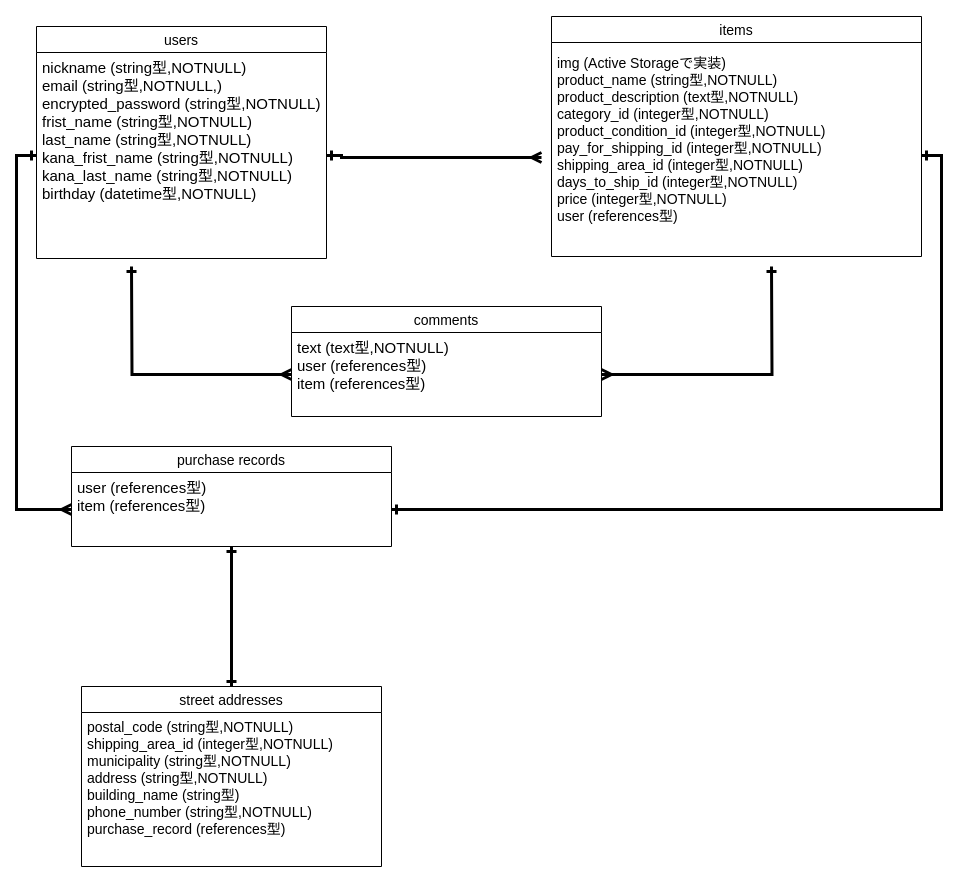
Before: furima-32895.dio in rikku1006/furima-32895, a draw.io diagram. Source tidied: cells renumbered, new cells numbered last; positions are measured from the earlier drawing's top-left corner, leaving out a move shared by most shapes. Both pictures are drawn from the tidied source at 100%, with x=0, y=0 at pixel (36, 16).
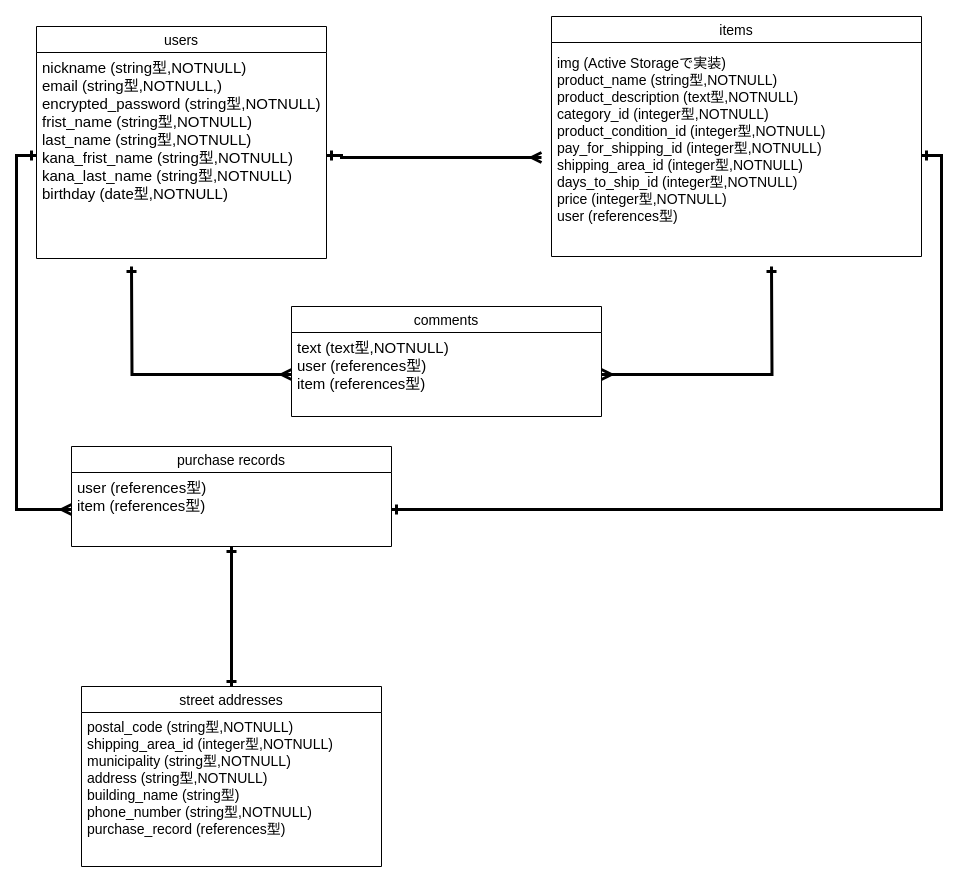
Above is the later version.

Unchanged cells that the change refers to:
```xml
<mxCell id="2" value="users" style="swimlane;fontStyle=0;horizontal=1;startSize=26;align=center;fontSize=14;" parent="1" vertex="1">
  <mxGeometry y="10" width="290" height="232" as="geometry" />
</mxCell>
```

Diff of the diagram source:
```diff
@@
-    <mxCell id="3" value="nickname (string型,NOTNULL)&#10;email (string型,NOTNULL,)&#10;encrypted_password (string型,NOTNULL)&#10;frist_name (string型,NOTNULL)&#10;last_name (string型,NOTNULL)&#10;kana_frist_name (string型,NOTNULL)&#10;kana_last_name (string型,NOTNULL)&#10;birthday (datetime型,NOTNULL)" style="text;strokeColor=none;fillColor=none;spacingLeft=4;spacingRight=4;overflow=hidden;points=[[0,0.5],[1,0.5]];portConstraint=eastwest;fontSize=15;" parent="2" vertex="1">
+    <mxCell id="3" value="nickname (string型,NOTNULL)&#10;email (string型,NOTNULL,)&#10;encrypted_password (string型,NOTNULL)&#10;frist_name (string型,NOTNULL)&#10;last_name (string型,NOTNULL)&#10;kana_frist_name (string型,NOTNULL)&#10;kana_last_name (string型,NOTNULL)&#10;birthday (date型,NOTNULL)" style="text;strokeColor=none;fillColor=none;spacingLeft=4;spacingRight=4;overflow=hidden;points=[[0,0.5],[1,0.5]];portConstraint=eastwest;fontSize=15;" parent="2" vertex="1">
       <mxGeometry y="26" width="290" height="206" as="geometry" />
     </mxCell>
```
